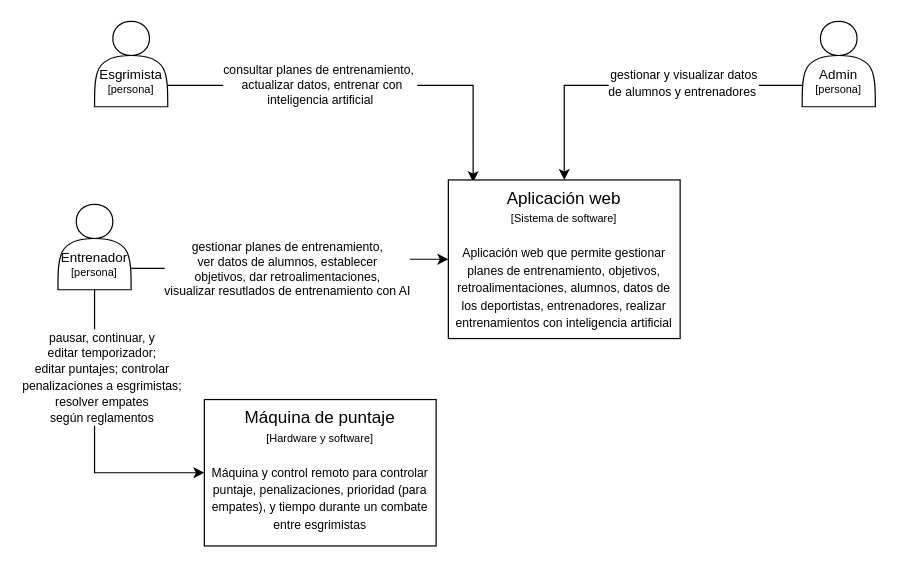
The draw.io diagram Design/contexto-capstone-HCS.drawio in Diego-Hiriart/Capstone_Hiriart-Corales-Samaniego, before the edit. Source tidied: cells renumbered, new cells numbered last; positions are measured from the earlier drawing's top-left corner, leaving out a move shared by most shapes. Both pictures are drawn from the tidied source at 122%, with x=0, y=0 at pixel (57, 21).
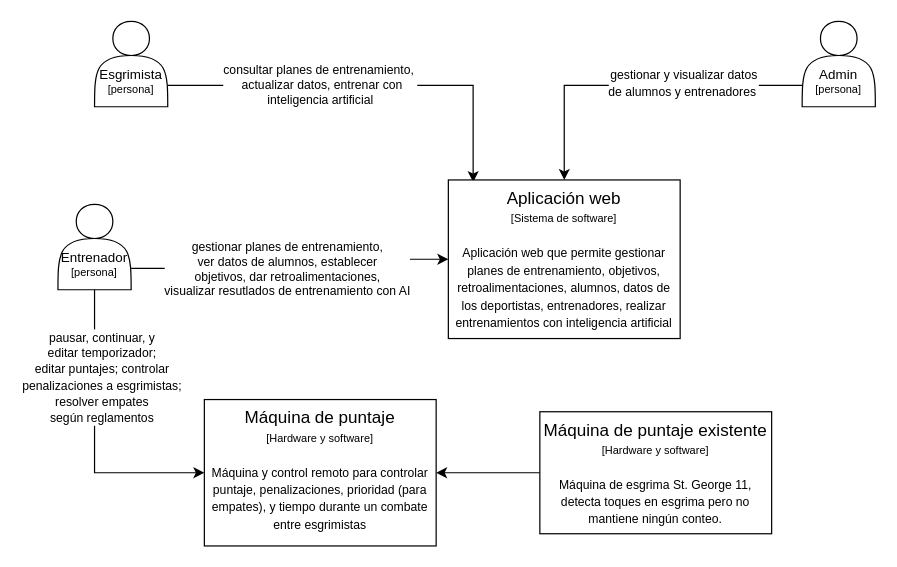
The same page after the edit.

Diff of the diagram source:
```diff
@@
 <mxGraphModel>
   <root>
     <mxCell id="0" />
     <mxCell id="1" parent="0" />
     <mxCell id="2" style="edgeStyle=orthogonalEdgeStyle;rounded=0;jettySize=auto;html=1;exitX=1;exitY=0.75;exitDx=0;exitDy=0;entryX=0.107;entryY=0.014;entryDx=0;entryDy=0;entryPerimeter=0;" parent="1" edge="1" source="4" target="13">
       <mxGeometry relative="1" as="geometry" />
     </mxCell>
     <mxCell id="3" value="consultar planes de entrenamiento,&amp;nbsp;&lt;br&gt;&amp;nbsp;actualizar datos, entrenar con &lt;br&gt;inteligencia artificial" style="edgeLabel;html=1;align=center;verticalAlign=middle;fontSize=10;" parent="2" vertex="1">
       <mxGeometry x="-0.46" y="1" relative="1" as="geometry">
         <mxPoint x="35" as="offset" />
       </mxGeometry>
     </mxCell>
     <mxCell id="4" value="&lt;font style=&quot;font-size: 11px;&quot;&gt;Esgrimista&lt;/font&gt;&lt;br&gt;&lt;font style=&quot;font-size: 9px;&quot;&gt;[persona]&lt;/font&gt;" style="shape=actor;whiteSpace=wrap;html=1;fontSize=9;spacingTop=27;" parent="1" vertex="1">
       <mxGeometry x="30" width="60" height="70" as="geometry" />
     </mxCell>
     <mxCell id="5" style="edgeStyle=orthogonalEdgeStyle;rounded=0;jettySize=auto;html=1;exitX=0;exitY=0.75;exitDx=0;exitDy=0;entryX=0.5;entryY=0;entryDx=0;entryDy=0;" parent="1" edge="1" source="7" target="13">
       <mxGeometry relative="1" as="geometry" />
     </mxCell>
     <mxCell id="6" value="&lt;span style=&quot;font-size: 10px;&quot;&gt;gestionar y visualizar datos &lt;br&gt;de alumnos y entrenadores&amp;nbsp;&lt;br&gt;&lt;/span&gt;" style="edgeLabel;html=1;align=center;verticalAlign=middle;" parent="5" vertex="1">
       <mxGeometry x="-0.23" y="-2" relative="1" as="geometry">
         <mxPoint x="7" as="offset" />
       </mxGeometry>
     </mxCell>
     <mxCell id="7" value="&lt;font style=&quot;font-size: 11px;&quot;&gt;Admin&lt;/font&gt;&lt;br&gt;&lt;font style=&quot;font-size: 9px;&quot;&gt;[persona]&lt;/font&gt;" style="shape=actor;whiteSpace=wrap;html=1;fontSize=9;spacingTop=27;" parent="1" vertex="1">
       <mxGeometry x="610" width="60" height="70" as="geometry" />
     </mxCell>
     <mxCell id="8" style="edgeStyle=orthogonalEdgeStyle;rounded=0;jettySize=auto;html=1;exitX=1;exitY=0.75;exitDx=0;exitDy=0;" parent="1" edge="1" source="12" target="13">
       <mxGeometry relative="1" as="geometry" />
     </mxCell>
     <mxCell id="9" value="gestionar planes de entrenamiento, &lt;br&gt;ver datos de alumnos, establecer &lt;br&gt;objetivos, dar retroalimentaciones,&lt;br&gt;visualizar resutlados de entrenamiento con AI" style="edgeLabel;html=1;align=center;verticalAlign=middle;fontSize=10;" parent="8" vertex="1">
       <mxGeometry x="-0.27" relative="1" as="geometry">
         <mxPoint x="29" as="offset" />
       </mxGeometry>
     </mxCell>
     <mxCell id="10" style="edgeStyle=orthogonalEdgeStyle;rounded=0;jettySize=auto;html=1;exitX=0.5;exitY=1;exitDx=0;exitDy=0;entryX=0;entryY=0.5;entryDx=0;entryDy=0;" parent="1" edge="1" source="12" target="14">
       <mxGeometry relative="1" as="geometry" />
     </mxCell>
     <mxCell id="11" value="&lt;span style=&quot;font-size: 10px;&quot;&gt;pausar, continuar, y &lt;br&gt;editar temporizador;&lt;br&gt;editar puntajes; controlar&lt;br&gt;penalizaciones a esgrimistas;&lt;br&gt;resolver empates &lt;br&gt;según reglamentos&lt;br&gt;&lt;/span&gt;" style="edgeLabel;html=1;align=center;verticalAlign=middle;" parent="10" vertex="1">
       <mxGeometry x="-0.6" y="1" relative="1" as="geometry">
         <mxPoint x="4" y="23" as="offset" />
       </mxGeometry>
     </mxCell>
     <mxCell id="12" value="&lt;font style=&quot;font-size: 11px;&quot;&gt;Entrenador&lt;br&gt;&lt;/font&gt;&lt;font style=&quot;font-size: 9px;&quot;&gt;[persona]&lt;/font&gt;" style="shape=actor;whiteSpace=wrap;html=1;fontSize=9;spacingTop=27;" parent="1" vertex="1">
       <mxGeometry y="150" width="60" height="70" as="geometry" />
     </mxCell>
     <mxCell id="13" value="&lt;font style=&quot;font-size: 14px;&quot;&gt;Aplicación web&lt;/font&gt;&lt;br&gt;&lt;font style=&quot;&quot;&gt;&lt;font style=&quot;font-size: 9px;&quot;&gt;[Sistema de software]&lt;/font&gt;&lt;br&gt;&lt;br&gt;&lt;span style=&quot;font-size: 10px;&quot;&gt;Aplicación web que permite gestionar planes de entrenamiento, objetivos, retroalimentaciones, alumnos, datos de los deportistas, entrenadores, realizar entrenamientos con inteligencia artificial&lt;/span&gt;&lt;br&gt;&lt;/font&gt;" style="whiteSpace=wrap;html=1;verticalAlign=top;" parent="1" vertex="1">
       <mxGeometry x="320" y="130" width="190" height="130" as="geometry" />
     </mxCell>
     <mxCell id="14" value="&lt;font style=&quot;font-size: 14px;&quot;&gt;Máquina de puntaje&lt;/font&gt;&lt;br&gt;&lt;font style=&quot;&quot;&gt;&lt;font style=&quot;font-size: 9px;&quot;&gt;[Hardware y software]&lt;/font&gt;&lt;br&gt;&lt;br&gt;&lt;span style=&quot;font-size: 10px;&quot;&gt;Máquina y control remoto para controlar puntaje, penalizaciones, prioridad (para empates), y tiempo durante un combate entre esgrimistas&lt;/span&gt;&lt;br&gt;&lt;/font&gt;" style="whiteSpace=wrap;html=1;verticalAlign=top;" parent="1" vertex="1">
       <mxGeometry x="120" y="310" width="190" height="120" as="geometry" />
     </mxCell>
+    <mxCell id="15" style="edgeStyle=orthogonalEdgeStyle;rounded=0;jettySize=auto;html=1;exitX=0;exitY=0.5;exitDx=0;exitDy=0;" parent="1" edge="1" source="16" target="14">
+      <mxGeometry relative="1" as="geometry" />
+    </mxCell>
+    <mxCell id="16" value="&lt;font style=&quot;font-size: 14px;&quot;&gt;Máquina de puntaje existente&lt;/font&gt;&lt;br&gt;&lt;font style=&quot;&quot;&gt;&lt;font style=&quot;font-size: 9px;&quot;&gt;[Hardware y software]&lt;/font&gt;&lt;br&gt;&lt;br&gt;&lt;span style=&quot;font-size: 10px;&quot;&gt;Máquina de esgrima St. George 11, detecta toques en esgrima pero no mantiene ningún&amp;nbsp;conteo.&lt;/span&gt;&lt;br&gt;&lt;/font&gt;" style="whiteSpace=wrap;html=1;verticalAlign=top;" parent="1" vertex="1">
+      <mxGeometry x="395" y="320" width="190" height="100" as="geometry" />
+    </mxCell>
   </root>
 </mxGraphModel>
```
